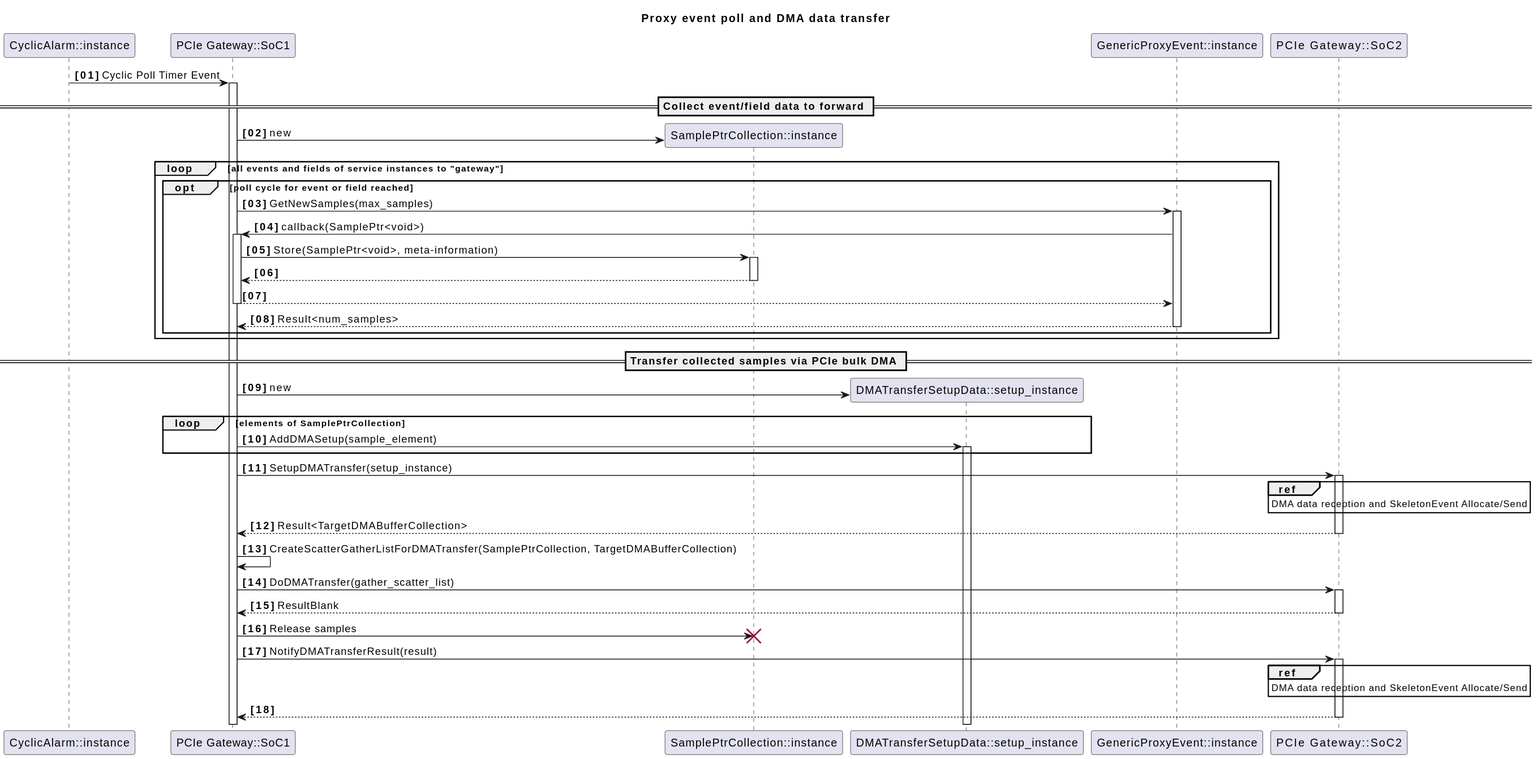
Earlier version of the PlantUML export score/mw/com/dependability/software_architectural_design/pci_e_gateway/assets/proxy_poll_data_forward_sequence.svg (eclipse-score/communication). Source of this version:
```plantuml
@startuml
autonumber "<b>[00]"
skinparam stereotypePosition bottom

title Proxy event poll and DMA data transfer

participant "CyclicAlarm::instance" as TIMER
participant "PCIe Gateway::I-SoC" as GATEWAY
participant "GenericProxyEvent::instance" as PROXY_EVENT_INSTANCE order 30
participant "PCIe Gateway::CV-SoC" as GATEWAY_OTHER order 40

TIMER -> GATEWAY ++: Cyclic Poll Timer Event

== Collect event/field data to forward ==

create "SamplePtrCollection::instance" as SAMPLE_PTR_COL
GATEWAY -> SAMPLE_PTR_COL : new
loop all events and fields of service instances to "gateway"
    opt poll cycle for event or field reached
        GATEWAY -> PROXY_EVENT_INSTANCE ++ : GetNewSamples(max_samples)
            PROXY_EVENT_INSTANCE -> GATEWAY ++ : callback(SamplePtr<void>)
                GATEWAY -> SAMPLE_PTR_COL ++ : Store(SamplePtr<void>, meta-information)
                return
            return
        return Result<num_samples>
    end
end

== Transfer collected samples via PCIe bulk DMA ==

create "DMATransferSetupData::setup_instance" as DMA_SETUP_DATA
GATEWAY -> DMA_SETUP_DATA : new
loop elements of SamplePtrCollection
    GATEWAY -> DMA_SETUP_DATA ++: AddDMASetup(sample_element)
end

GATEWAY -> GATEWAY_OTHER ++ : SetupDMATransfer(setup_instance)
    ref over GATEWAY_OTHER : DMA data reception and SkeletonEvent Allocate/Send
return Result<TargetDMABufferCollection>

GATEWAY -> GATEWAY : CreateScatterGatherListForDMATransfer(SamplePtrCollection, TargetDMABufferCollection)

GATEWAY -> GATEWAY_OTHER ++ : DoDMATransfer(gather_scatter_list)
return ResultBlank

GATEWAY -> SAMPLE_PTR_COL !!: Release samples

GATEWAY -> GATEWAY_OTHER ++ : NotifyDMATransferResult(result)
    ref over GATEWAY_OTHER : DMA data reception and SkeletonEvent Allocate/Send
return
@enduml
```
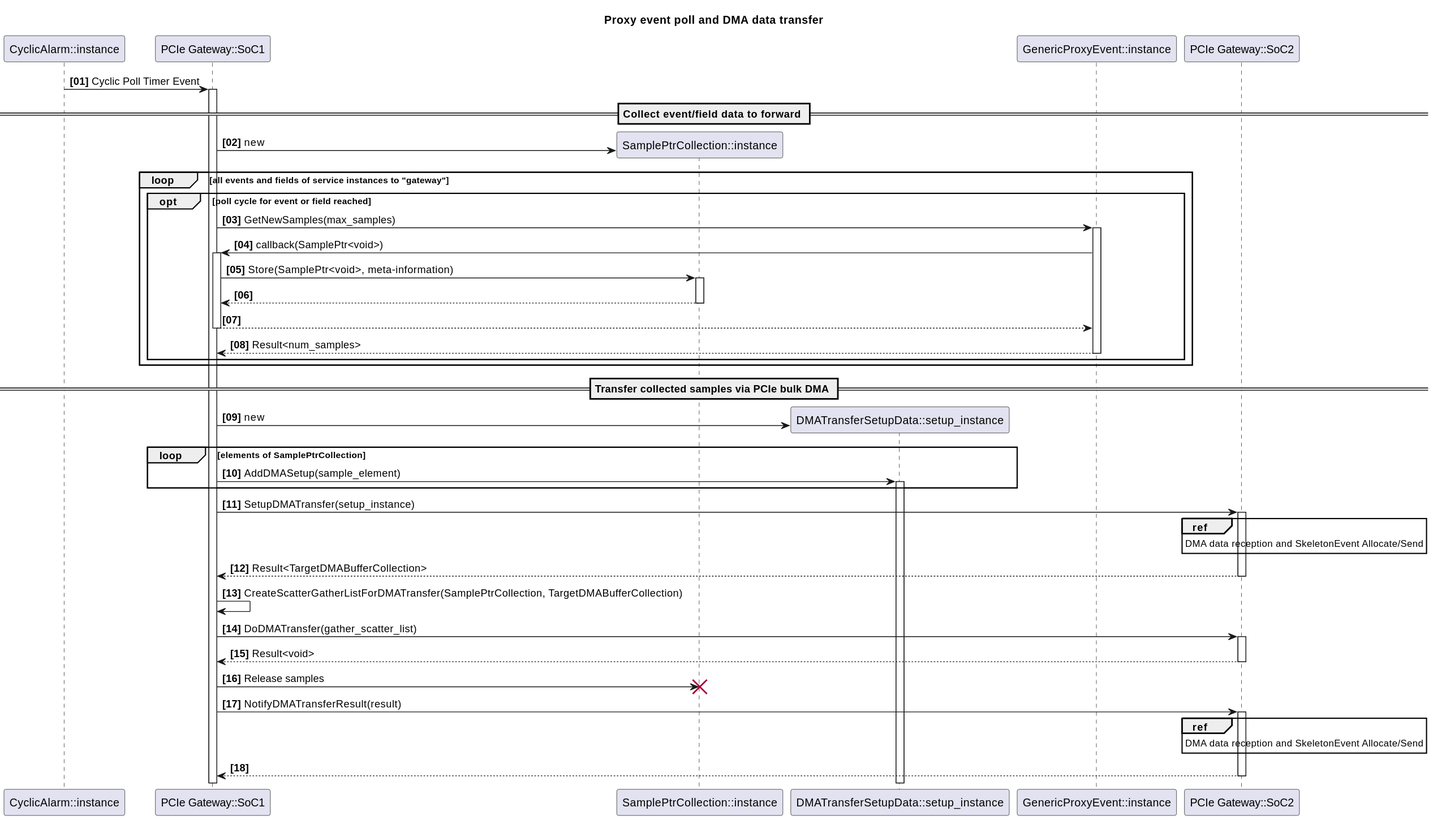
Later version of the same file.

Commit message:
docs: update SVG files by transitioning Result<void> return labels

Diff of the diagram source:
```diff
@@ -5,9 +5,9 @@
 title Proxy event poll and DMA data transfer
 
 participant "CyclicAlarm::instance" as TIMER
-participant "PCIe Gateway::I-SoC" as GATEWAY
+participant "PCIe Gateway::SoC1" as GATEWAY
 participant "GenericProxyEvent::instance" as PROXY_EVENT_INSTANCE order 30
-participant "PCIe Gateway::CV-SoC" as GATEWAY_OTHER order 40
+participant "PCIe Gateway::SoC2" as GATEWAY_OTHER order 40
 
 TIMER -> GATEWAY ++: Cyclic Poll Timer Event
 
@@ -41,7 +41,7 @@
 GATEWAY -> GATEWAY : CreateScatterGatherListForDMATransfer(SamplePtrCollection, TargetDMABufferCollection)
 
 GATEWAY -> GATEWAY_OTHER ++ : DoDMATransfer(gather_scatter_list)
-return ResultBlank
+return Result<void>
 
 GATEWAY -> SAMPLE_PTR_COL !!: Release samples
 
```
